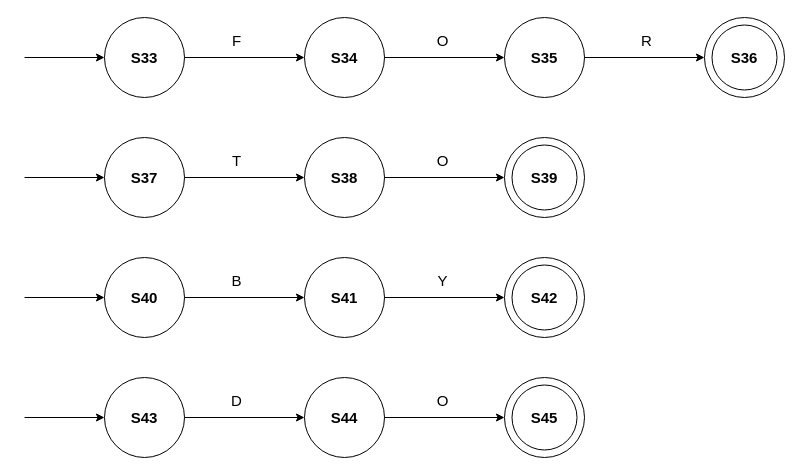
MonaJea-Ng/Projects keeps this draw.io diagram as loopWords.drawio. Above is the earlier version. Source tidied: cells renumbered, new cells numbered last; positions are measured from the earlier drawing's top-left corner, leaving out a move shared by most shapes. Both pictures are drawn from the tidied source at 100%, with x=0, y=0 at pixel (24, 17).
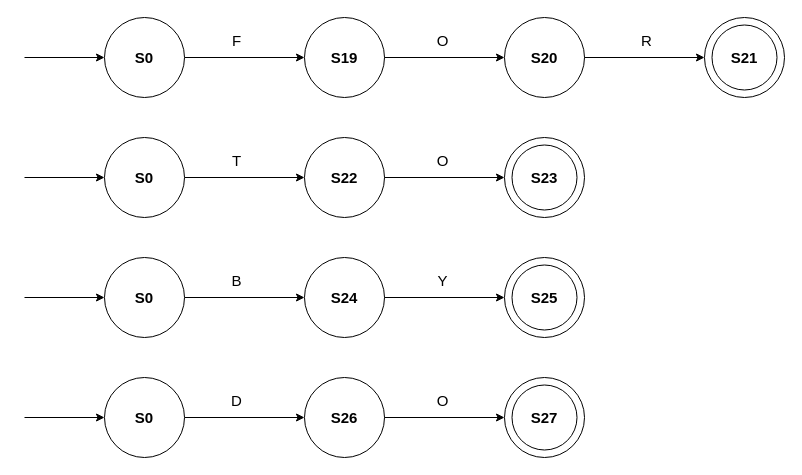
After the change.

The edit, as a diff of the source:
```diff
@@
-    <mxCell id="6" value="&lt;b style=&quot;font-size: 15px;&quot;&gt;S34&lt;/b&gt;" style="text;html=1;strokeColor=none;fillColor=none;align=center;verticalAlign=middle;whiteSpace=wrap;rounded=0;fontSize=15;" parent="1" vertex="1">
+    <mxCell id="6" value="&lt;b style=&quot;font-size: 15px;&quot;&gt;S19&lt;/b&gt;" style="text;html=1;strokeColor=none;fillColor=none;align=center;verticalAlign=middle;whiteSpace=wrap;rounded=0;fontSize=15;" parent="1" vertex="1">
       <mxGeometry x="290" y="25" width="60" height="30" as="geometry" />
     </mxCell>
-    <mxCell id="7" value="&lt;b&gt;&lt;font style=&quot;font-size: 15px;&quot;&gt;S35&lt;/font&gt;&lt;/b&gt;" style="text;html=1;strokeColor=none;fillColor=none;align=center;verticalAlign=middle;whiteSpace=wrap;rounded=0;" parent="1" vertex="1">
+    <mxCell id="7" value="&lt;span style=&quot;font-size: 15px;&quot;&gt;&lt;b&gt;S20&lt;/b&gt;&lt;/span&gt;" style="text;html=1;strokeColor=none;fillColor=none;align=center;verticalAlign=middle;whiteSpace=wrap;rounded=0;" parent="1" vertex="1">
       <mxGeometry x="490" y="25" width="60" height="30" as="geometry" />
     </mxCell>
@@
-    <mxCell id="12" value="&lt;b&gt;&lt;font style=&quot;font-size: 15px;&quot;&gt;S36&lt;/font&gt;&lt;/b&gt;" style="text;html=1;strokeColor=none;fillColor=none;align=center;verticalAlign=middle;whiteSpace=wrap;rounded=0;" parent="1" vertex="1">
+    <mxCell id="12" value="&lt;b&gt;&lt;font style=&quot;font-size: 15px;&quot;&gt;S21&lt;/font&gt;&lt;/b&gt;" style="text;html=1;strokeColor=none;fillColor=none;align=center;verticalAlign=middle;whiteSpace=wrap;rounded=0;" parent="1" vertex="1">
       <mxGeometry x="690" y="25" width="60" height="30" as="geometry" />
     </mxCell>
@@
-    <mxCell id="16" value="&lt;b style=&quot;font-size: 15px;&quot;&gt;S33&lt;/b&gt;" style="text;html=1;strokeColor=none;fillColor=none;align=center;verticalAlign=middle;whiteSpace=wrap;rounded=0;fontSize=15;" parent="1" vertex="1">
+    <mxCell id="16" value="&lt;b style=&quot;font-size: 15px;&quot;&gt;S0&lt;/b&gt;" style="text;html=1;strokeColor=none;fillColor=none;align=center;verticalAlign=middle;whiteSpace=wrap;rounded=0;fontSize=15;" parent="1" vertex="1">
       <mxGeometry x="90" y="25" width="60" height="30" as="geometry" />
     </mxCell>
@@
-    <mxCell id="22" value="&lt;b style=&quot;font-size: 15px;&quot;&gt;S38&lt;/b&gt;" style="text;html=1;strokeColor=none;fillColor=none;align=center;verticalAlign=middle;whiteSpace=wrap;rounded=0;fontSize=15;" parent="1" vertex="1">
+    <mxCell id="22" value="&lt;b style=&quot;font-size: 15px;&quot;&gt;S22&lt;/b&gt;" style="text;html=1;strokeColor=none;fillColor=none;align=center;verticalAlign=middle;whiteSpace=wrap;rounded=0;fontSize=15;" parent="1" vertex="1">
       <mxGeometry x="290" y="145" width="60" height="30" as="geometry" />
     </mxCell>
@@
-    <mxCell id="26" value="&lt;b style=&quot;font-size: 15px;&quot;&gt;S37&lt;/b&gt;" style="text;html=1;strokeColor=none;fillColor=none;align=center;verticalAlign=middle;whiteSpace=wrap;rounded=0;fontSize=15;" parent="1" vertex="1">
-      <mxGeometry x="90" y="145" width="60" height="30" as="geometry" />
-    </mxCell>
@@
-    <mxCell id="29" value="&lt;b&gt;&lt;font style=&quot;font-size: 15px;&quot;&gt;S39&lt;/font&gt;&lt;/b&gt;" style="text;html=1;strokeColor=none;fillColor=none;align=center;verticalAlign=middle;whiteSpace=wrap;rounded=0;" parent="1" vertex="1">
+    <mxCell id="29" value="&lt;b&gt;&lt;font style=&quot;font-size: 15px;&quot;&gt;S23&lt;/font&gt;&lt;/b&gt;" style="text;html=1;strokeColor=none;fillColor=none;align=center;verticalAlign=middle;whiteSpace=wrap;rounded=0;" parent="1" vertex="1">
       <mxGeometry x="490" y="145" width="60" height="30" as="geometry" />
     </mxCell>
@@
-    <mxCell id="34" value="&lt;b style=&quot;font-size: 15px;&quot;&gt;S41&lt;/b&gt;" style="text;html=1;strokeColor=none;fillColor=none;align=center;verticalAlign=middle;whiteSpace=wrap;rounded=0;fontSize=15;" parent="1" vertex="1">
+    <mxCell id="34" value="&lt;b style=&quot;font-size: 15px;&quot;&gt;S24&lt;/b&gt;" style="text;html=1;strokeColor=none;fillColor=none;align=center;verticalAlign=middle;whiteSpace=wrap;rounded=0;fontSize=15;" parent="1" vertex="1">
       <mxGeometry x="290" y="265" width="60" height="30" as="geometry" />
     </mxCell>
@@
-    <mxCell id="38" value="&lt;b style=&quot;font-size: 15px;&quot;&gt;S40&lt;/b&gt;" style="text;html=1;strokeColor=none;fillColor=none;align=center;verticalAlign=middle;whiteSpace=wrap;rounded=0;fontSize=15;" parent="1" vertex="1">
+    <mxCell id="38" value="&lt;b style=&quot;border-color: var(--border-color);&quot;&gt;S0&lt;/b&gt;" style="text;html=1;strokeColor=none;fillColor=none;align=center;verticalAlign=middle;whiteSpace=wrap;rounded=0;fontSize=15;" parent="1" vertex="1">
       <mxGeometry x="90" y="265" width="60" height="30" as="geometry" />
     </mxCell>
@@
-    <mxCell id="41" value="&lt;b&gt;&lt;font style=&quot;font-size: 15px;&quot;&gt;S42&lt;/font&gt;&lt;/b&gt;" style="text;html=1;strokeColor=none;fillColor=none;align=center;verticalAlign=middle;whiteSpace=wrap;rounded=0;" parent="1" vertex="1">
+    <mxCell id="41" value="&lt;b&gt;&lt;font style=&quot;font-size: 15px;&quot;&gt;S25&lt;/font&gt;&lt;/b&gt;" style="text;html=1;strokeColor=none;fillColor=none;align=center;verticalAlign=middle;whiteSpace=wrap;rounded=0;" parent="1" vertex="1">
       <mxGeometry x="490" y="265" width="60" height="30" as="geometry" />
     </mxCell>
@@
-    <mxCell id="46" value="&lt;b style=&quot;font-size: 15px;&quot;&gt;S44&lt;/b&gt;" style="text;html=1;strokeColor=none;fillColor=none;align=center;verticalAlign=middle;whiteSpace=wrap;rounded=0;fontSize=15;" parent="1" vertex="1">
+    <mxCell id="46" value="&lt;b style=&quot;font-size: 15px;&quot;&gt;S26&lt;/b&gt;" style="text;html=1;strokeColor=none;fillColor=none;align=center;verticalAlign=middle;whiteSpace=wrap;rounded=0;fontSize=15;" parent="1" vertex="1">
       <mxGeometry x="290" y="385" width="60" height="30" as="geometry" />
     </mxCell>
@@
-    <mxCell id="50" value="&lt;b style=&quot;font-size: 15px;&quot;&gt;S43&lt;/b&gt;" style="text;html=1;strokeColor=none;fillColor=none;align=center;verticalAlign=middle;whiteSpace=wrap;rounded=0;fontSize=15;" parent="1" vertex="1">
+    <mxCell id="50" value="&lt;b style=&quot;border-color: var(--border-color);&quot;&gt;S0&lt;/b&gt;" style="text;html=1;strokeColor=none;fillColor=none;align=center;verticalAlign=middle;whiteSpace=wrap;rounded=0;fontSize=15;" parent="1" vertex="1">
       <mxGeometry x="90" y="385" width="60" height="30" as="geometry" />
     </mxCell>
@@
-    <mxCell id="53" value="&lt;b&gt;&lt;font style=&quot;font-size: 15px;&quot;&gt;S45&lt;/font&gt;&lt;/b&gt;" style="text;html=1;strokeColor=none;fillColor=none;align=center;verticalAlign=middle;whiteSpace=wrap;rounded=0;" parent="1" vertex="1">
+    <mxCell id="53" value="&lt;b&gt;&lt;font style=&quot;font-size: 15px;&quot;&gt;S27&lt;/font&gt;&lt;/b&gt;" style="text;html=1;strokeColor=none;fillColor=none;align=center;verticalAlign=middle;whiteSpace=wrap;rounded=0;" parent="1" vertex="1">
       <mxGeometry x="490" y="385" width="60" height="30" as="geometry" />
     </mxCell>
+    <mxCell id="54" value="&lt;b style=&quot;font-size: 15px;&quot;&gt;S0&lt;/b&gt;" style="text;html=1;strokeColor=none;fillColor=none;align=center;verticalAlign=middle;whiteSpace=wrap;rounded=0;fontSize=15;" parent="1" vertex="1">
+      <mxGeometry x="90" y="145" width="60" height="30" as="geometry" />
+    </mxCell>
```
